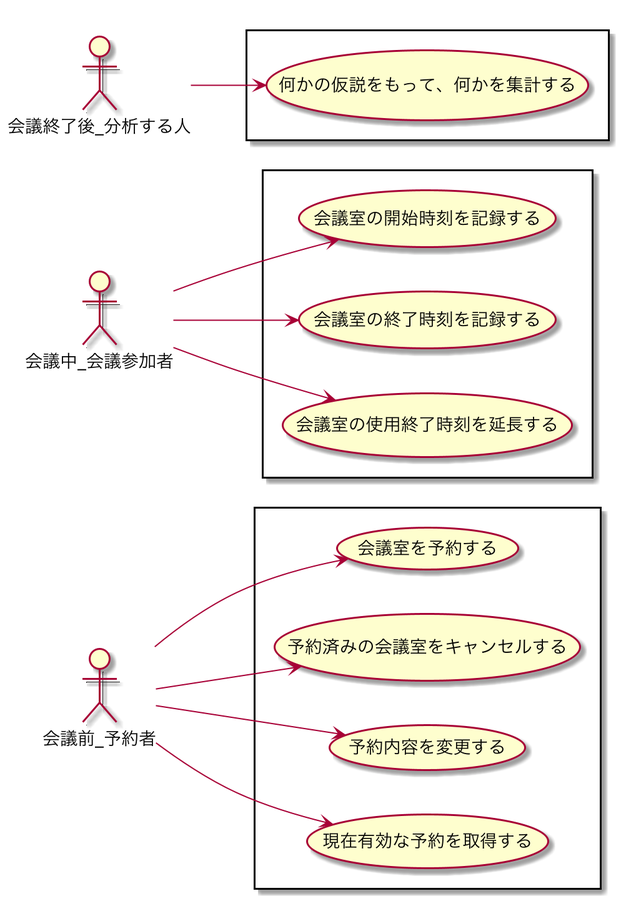
Above: diagram/ユースケース.png in ModelingKai/meeting-room-python (PlantUML), before the change.
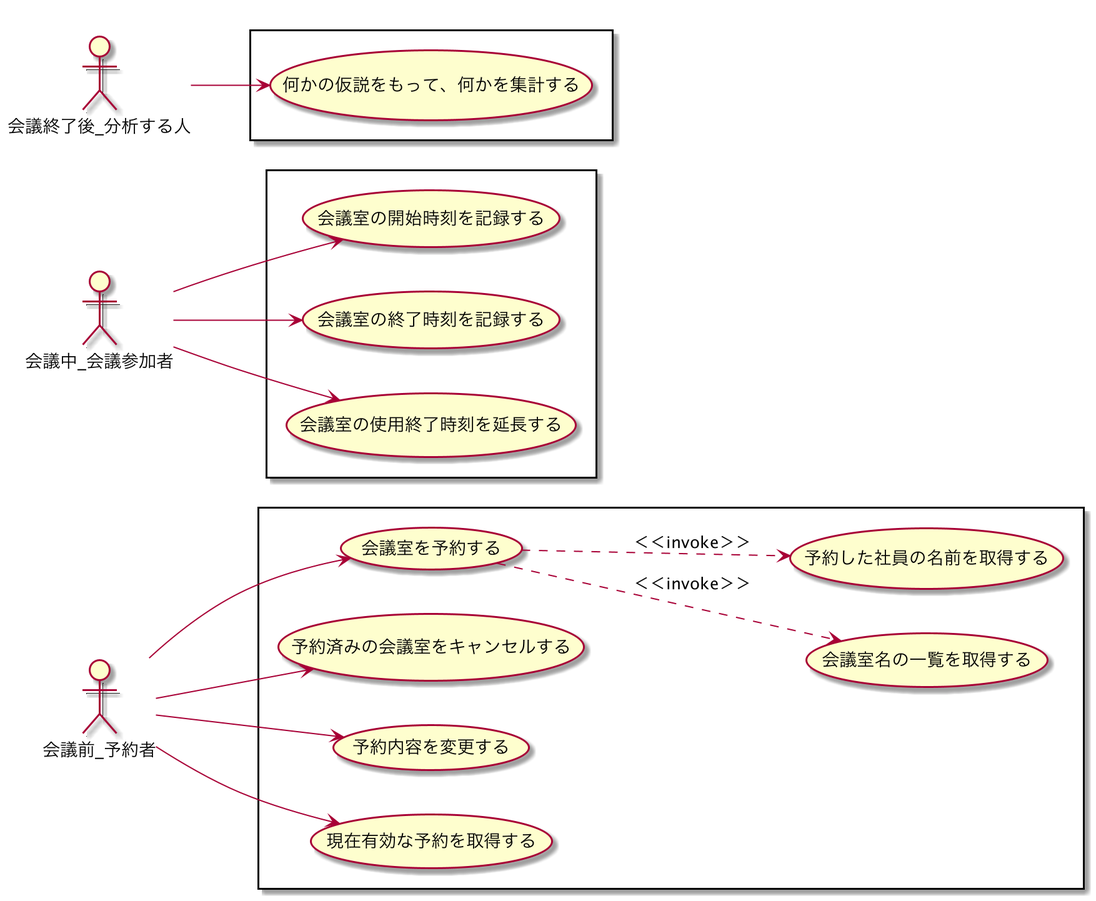
After the change.

Commit message:
会議室を予約するというユースケースに、サブユースケースを描いた

- 会議室を予約するときに、会議室の一覧を出さなければいけないが、「会議室名の一覧を取得する」というユースケースは、どのアクターにも紐付かない
  - アクターに紐付かないので、「会議室を予約する」ユースケースのサブユースケースとして、「会議室名の一覧を取得する」と「予約した社員の名前を取得する」を作った
  - Invokeという関係性で表した
    - 実践ユースケース駆動 表3.1 一般的なユースケースの関係

Change to the diagram source:
```diff
@@ -7,6 +7,8 @@
 
 rectangle {
     a1 --> (会議室を予約する)
+    (会議室を予約する) ..> (会議室名の一覧を取得する) :＜＜invoke＞＞
+    (会議室を予約する) ..> (予約した社員の名前を取得する):＜＜invoke＞＞
     a1 --> (予約済みの会議室をキャンセルする)
     a1 --> (予約内容を変更する)
     a1 --> (現在有効な予約を取得する)
```
